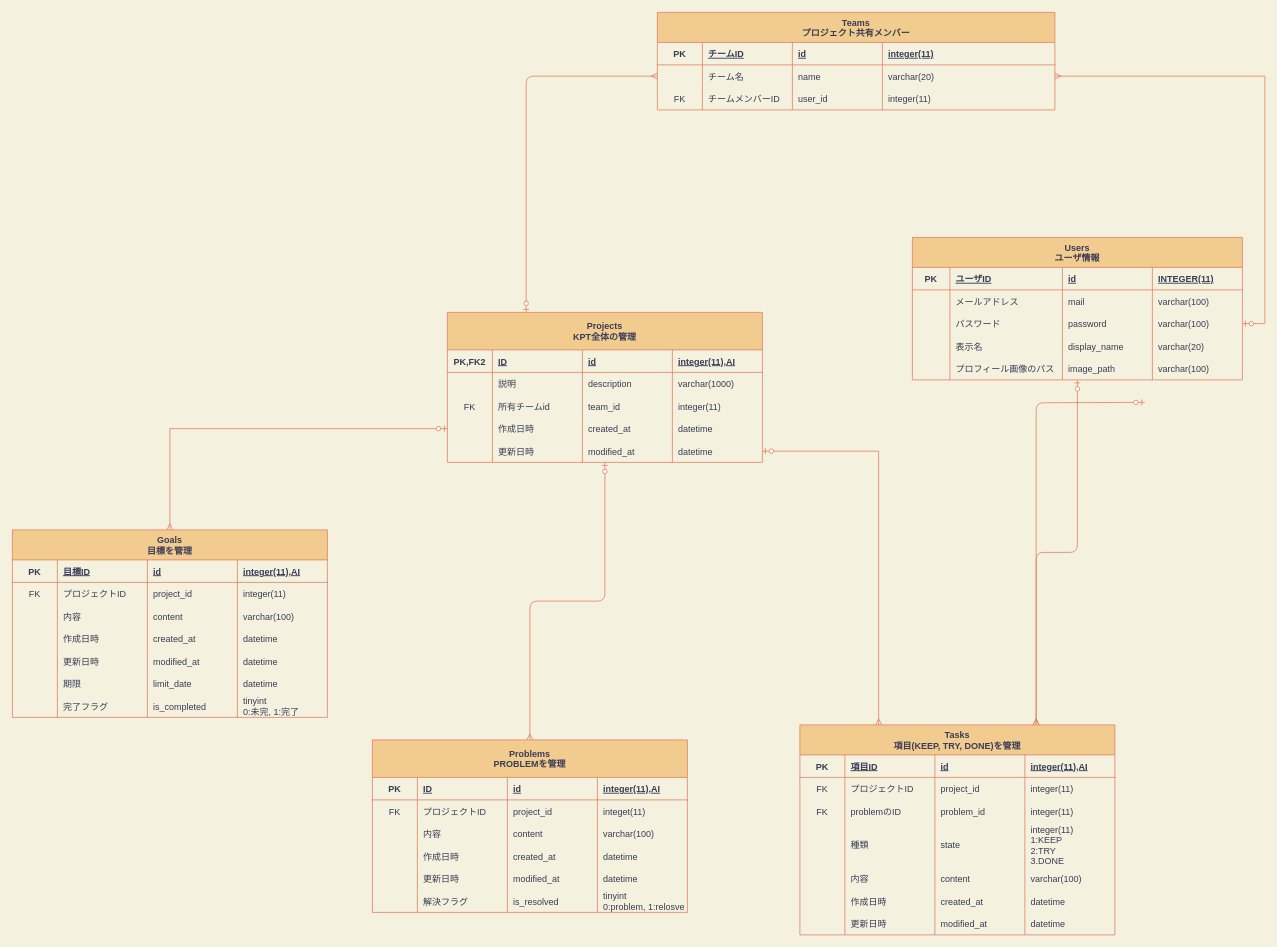
The draw.io diagram database_er_diagram.drawio in nanas773/kpt-design, before the edit. Source tidied: cells renumbered, new cells numbered last; positions are measured from the earlier drawing's top-left corner, leaving out a move shared by most shapes. Both pictures are drawn from the tidied source at 75%, with x=0, y=0 at pixel (12, 12).
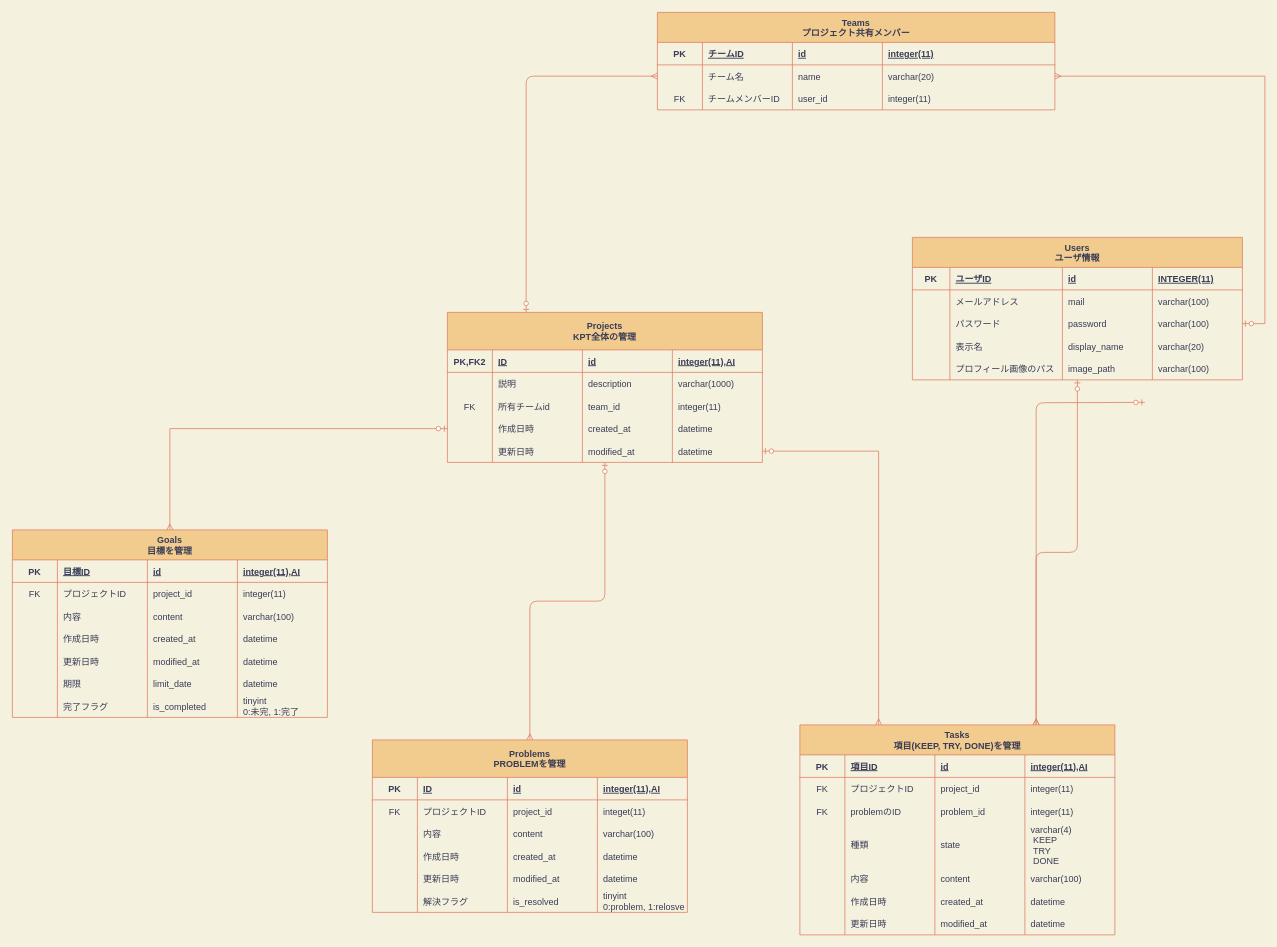
The same diagram, later.

Commit message:
Fix: tasksテーブルのstateカラムの型変更

Unchanged cells that the change refers to:
```xml
<mxCell id="65" style="shape=partialRectangle;fillColor=none;top=0;left=0;bottom=0;right=0;strokeColor=#E07A5F;fontColor=#393C56;" parent="49" vertex="1">
  <mxGeometry y="130" width="420" height="60" as="geometry" />
</mxCell>
```

Diff of the diagram source:
```diff
@@
-    <mxCell id="69" value="integer(11)&#10;1:KEEP&#10;2:TRY&#10;3.DONE" style="shape=partialRectangle;fillColor=none;top=0;left=0;bottom=0;right=0;align=left;spacingLeft=6;overflow=hidden;strokeColor=#E07A5F;fontColor=#393C56;" parent="65" vertex="1">
+    <mxCell id="69" value="varchar(4)&#10; KEEP&#10; TRY&#10; DONE" style="shape=partialRectangle;fillColor=none;top=0;left=0;bottom=0;right=0;align=left;spacingLeft=6;overflow=hidden;strokeColor=#E07A5F;fontColor=#393C56;" parent="65" vertex="1">
       <mxGeometry x="300" width="120" height="60" as="geometry" />
     </mxCell>
```
